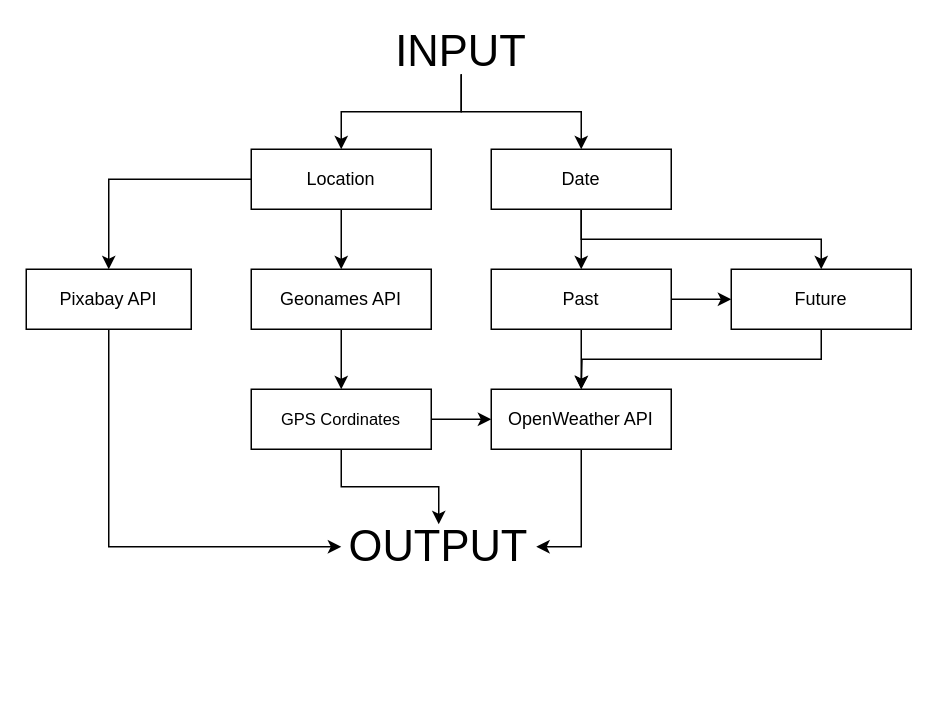
Above: API Diagram.drawio in prpcodes/udacity-travel-app (draw.io), before the change. Source tidied: cells renumbered, new cells numbered last; positions are measured from the earlier drawing's top-left corner, leaving out a move shared by most shapes. Both pictures are drawn from the tidied source at 150%, with x=0, y=0 at pixel (26, 28).
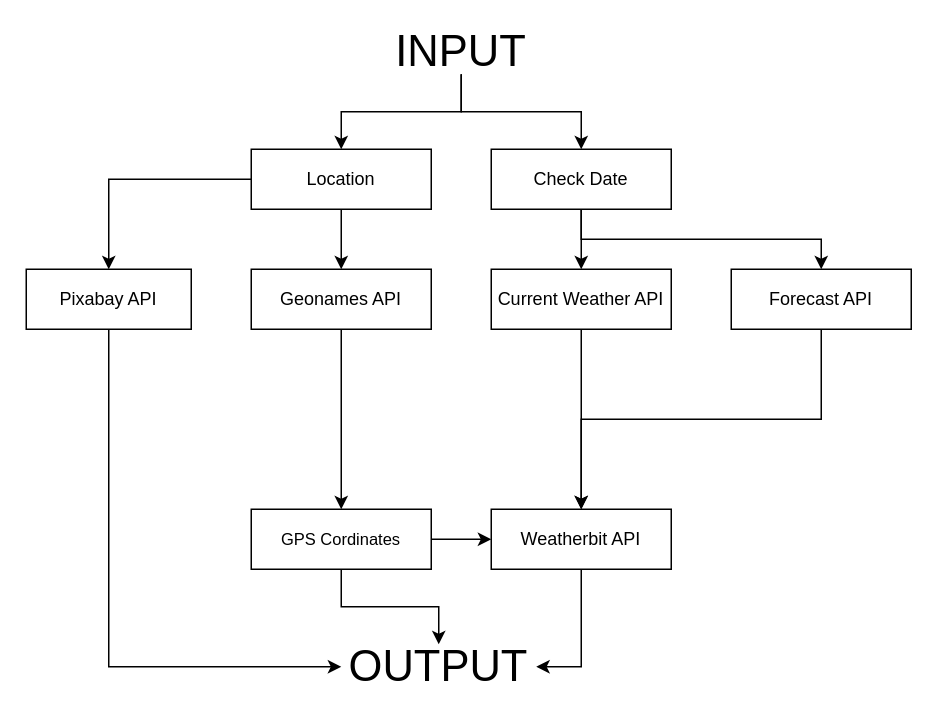
The same diagram, later.

Commit message:
added Current Weather and Forecast API

Unchanged cells that the change refers to:
```xml
<mxCell id="20" value="&lt;font style=&quot;font-size: 29px&quot;&gt;INPUT&lt;/font&gt;" style="text;html=1;strokeColor=none;fillColor=none;align=center;verticalAlign=middle;whiteSpace=wrap;rounded=0;fontSize=16;" parent="1" vertex="1">
  <mxGeometry x="240" width="100" height="30" as="geometry" />
</mxCell>
```

Change to the diagram source:
```diff
@@
-    <mxCell id="5" style="edgeStyle=orthogonalEdgeStyle;rounded=0;jettySize=auto;html=1;exitX=0.5;exitY=1;exitDx=0;exitDy=0;entryX=0.5;entryY=0;entryDx=0;entryDy=0;fontSize=16;" parent="1" edge="1" source="7" target="22">
-      <mxGeometry relative="1" as="geometry" />
-    </mxCell>
-    <mxCell id="6" style="edgeStyle=orthogonalEdgeStyle;rounded=0;jettySize=auto;html=1;fontSize=12;" parent="1" edge="1" source="7" target="9">
-      <mxGeometry relative="1" as="geometry" />
-    </mxCell>
-    <mxCell id="7" value="Past" style="rounded=0;whiteSpace=wrap;html=1;" parent="1" vertex="1">
-      <mxGeometry x="310" y="160" width="120" height="40" as="geometry" />
-    </mxCell>
-    <mxCell id="8" style="edgeStyle=orthogonalEdgeStyle;rounded=0;jettySize=auto;html=1;exitX=0.5;exitY=1;exitDx=0;exitDy=0;fontSize=16;" parent="1" edge="1" source="9">
-      <mxGeometry relative="1" as="geometry">
-        <mxPoint x="370" y="240" as="targetPoint" />
-      </mxGeometry>
-    </mxCell>
-    <mxCell id="9" value="Future" style="rounded=0;whiteSpace=wrap;html=1;" parent="1" vertex="1">
-      <mxGeometry x="470" y="160" width="120" height="40" as="geometry" />
-    </mxCell>
-    <mxCell id="10" style="edgeStyle=orthogonalEdgeStyle;rounded=0;jettySize=auto;html=1;exitX=1;exitY=0.5;exitDx=0;exitDy=0;entryX=0;entryY=0.5;entryDx=0;entryDy=0;fontSize=16;" parent="1" edge="1" source="12" target="22">
-      <mxGeometry relative="1" as="geometry" />
-    </mxCell>
+    <mxCell id="26" style="edgeStyle=orthogonalEdgeStyle;rounded=0;jettySize=auto;html=1;exitX=0.5;exitY=1;exitDx=0;exitDy=0;entryX=0.5;entryY=0;entryDx=0;entryDy=0;" parent="1" edge="1" source="27" target="34">
+      <mxGeometry relative="1" as="geometry" />
+    </mxCell>
+    <mxCell id="27" value="Forecast API" style="rounded=0;whiteSpace=wrap;html=1;" parent="1" vertex="1">
+      <mxGeometry x="470" y="160" width="120" height="40" as="geometry" />
+    </mxCell>
+    <mxCell id="28" style="edgeStyle=orthogonalEdgeStyle;rounded=0;jettySize=auto;html=1;exitX=1;exitY=0.5;exitDx=0;exitDy=0;entryX=0;entryY=0.5;entryDx=0;entryDy=0;fontSize=16;" parent="1" edge="1" source="12" target="34">
+      <mxGeometry relative="1" as="geometry" />
+    </mxCell>
@@
     <mxCell id="12" value="GPS Cordinates" style="rounded=0;whiteSpace=wrap;html=1;fontSize=11;" parent="1" vertex="1">
-      <mxGeometry x="150" y="240" width="120" height="40" as="geometry" />
+      <mxGeometry x="150" y="320" width="120" height="40" as="geometry" />
     </mxCell>
@@
-    <mxCell id="15" style="edgeStyle=orthogonalEdgeStyle;rounded=0;jettySize=auto;html=1;exitX=0.5;exitY=1;exitDx=0;exitDy=0;fontSize=16;" parent="1" edge="1" source="17" target="7">
-      <mxGeometry relative="1" as="geometry" />
-    </mxCell>
-    <mxCell id="16" style="edgeStyle=orthogonalEdgeStyle;rounded=0;jettySize=auto;html=1;exitX=0.5;exitY=1;exitDx=0;exitDy=0;entryX=0.5;entryY=0;entryDx=0;entryDy=0;fontSize=16;" parent="1" edge="1" source="17" target="9">
-      <mxGeometry relative="1" as="geometry" />
-    </mxCell>
-    <mxCell id="17" value="Date" style="rounded=0;whiteSpace=wrap;html=1;" parent="1" vertex="1">
-      <mxGeometry x="310" y="80" width="120" height="40" as="geometry" />
-    </mxCell>
+    <mxCell id="29" style="edgeStyle=orthogonalEdgeStyle;rounded=0;jettySize=auto;html=1;exitX=0.5;exitY=1;exitDx=0;exitDy=0;fontSize=16;" parent="1" edge="1" source="31">
+      <mxGeometry relative="1" as="geometry">
+        <mxPoint x="370" y="160" as="targetPoint" />
+      </mxGeometry>
+    </mxCell>
+    <mxCell id="30" style="edgeStyle=orthogonalEdgeStyle;rounded=0;jettySize=auto;html=1;exitX=0.5;exitY=1;exitDx=0;exitDy=0;entryX=0.5;entryY=0;entryDx=0;entryDy=0;" parent="1" edge="1" source="31" target="27">
+      <mxGeometry relative="1" as="geometry" />
+    </mxCell>
+    <mxCell id="31" value="Check Date" style="rounded=0;whiteSpace=wrap;html=1;" parent="1" vertex="1">
+      <mxGeometry x="310" y="80" width="120" height="40" as="geometry" />
+    </mxCell>
@@
-    <mxCell id="19" style="edgeStyle=orthogonalEdgeStyle;rounded=0;jettySize=auto;html=1;exitX=0.5;exitY=1;exitDx=0;exitDy=0;entryX=0.5;entryY=0;entryDx=0;entryDy=0;fontSize=16;" parent="1" edge="1" source="20" target="17">
-      <mxGeometry relative="1" as="geometry" />
-    </mxCell>
+    <mxCell id="32" style="edgeStyle=orthogonalEdgeStyle;rounded=0;jettySize=auto;html=1;exitX=0.5;exitY=1;exitDx=0;exitDy=0;entryX=0.5;entryY=0;entryDx=0;entryDy=0;fontSize=16;" parent="1" edge="1" source="20" target="31">
+      <mxGeometry relative="1" as="geometry" />
+    </mxCell>
@@
-    <mxCell id="21" style="edgeStyle=orthogonalEdgeStyle;rounded=0;jettySize=auto;html=1;exitX=0.5;exitY=1;exitDx=0;exitDy=0;entryX=1;entryY=0.5;entryDx=0;entryDy=0;fontSize=12;" parent="1" edge="1" source="22" target="25">
-      <mxGeometry relative="1" as="geometry" />
-    </mxCell>
-    <mxCell id="22" value="&lt;font style=&quot;font-size: 12px;&quot;&gt;OpenWeather API&lt;/font&gt;" style="rounded=0;whiteSpace=wrap;html=1;fontSize=12;" parent="1" vertex="1">
-      <mxGeometry x="310" y="240" width="120" height="40" as="geometry" />
-    </mxCell>
+    <mxCell id="33" style="edgeStyle=orthogonalEdgeStyle;rounded=0;jettySize=auto;html=1;exitX=0.5;exitY=1;exitDx=0;exitDy=0;entryX=1;entryY=0.5;entryDx=0;entryDy=0;fontSize=12;" parent="1" edge="1" source="34" target="25">
+      <mxGeometry relative="1" as="geometry" />
+    </mxCell>
+    <mxCell id="34" value="&lt;font style=&quot;font-size: 12px&quot;&gt;Weatherbit API&lt;/font&gt;" style="rounded=0;whiteSpace=wrap;html=1;fontSize=12;" parent="1" vertex="1">
+      <mxGeometry x="310" y="320" width="120" height="40" as="geometry" />
+    </mxCell>
@@
     <mxCell id="25" value="&lt;font style=&quot;font-size: 29px&quot;&gt;OUTPUT&lt;/font&gt;" style="text;html=1;strokeColor=none;fillColor=none;align=center;verticalAlign=middle;whiteSpace=wrap;rounded=0;fontSize=16;" parent="1" vertex="1">
-      <mxGeometry x="210" y="330" width="130" height="30" as="geometry" />
+      <mxGeometry x="210" y="410" width="130" height="30" as="geometry" />
     </mxCell>
+    <mxCell id="35" style="edgeStyle=orthogonalEdgeStyle;rounded=0;jettySize=auto;html=1;exitX=0.5;exitY=1;exitDx=0;exitDy=0;entryX=0.5;entryY=0;entryDx=0;entryDy=0;" parent="1" edge="1" source="36" target="34">
+      <mxGeometry relative="1" as="geometry" />
+    </mxCell>
+    <mxCell id="36" value="Current Weather API" style="rounded=0;whiteSpace=wrap;html=1;" parent="1" vertex="1">
+      <mxGeometry x="310" y="160" width="120" height="40" as="geometry" />
+    </mxCell>
```
